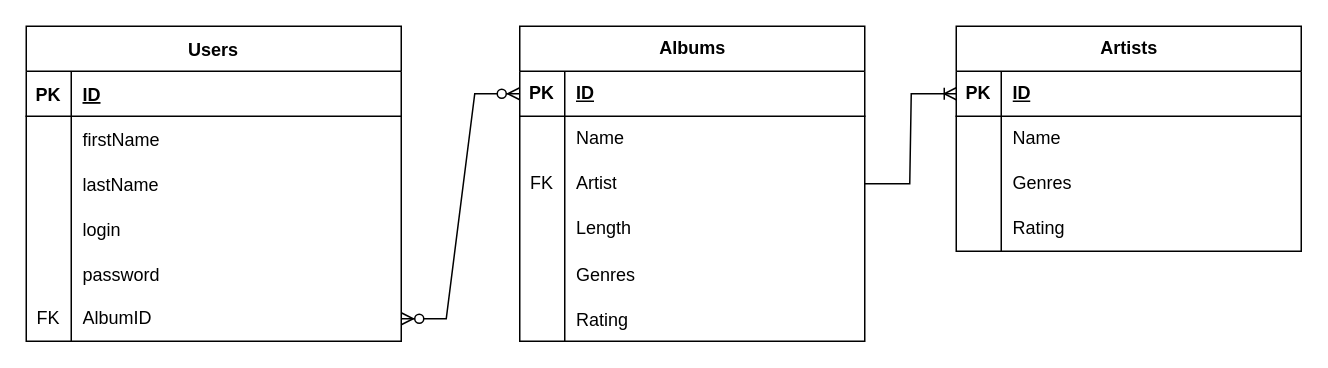
kilkennylj/Turntable keeps this draw.io diagram as TurntableERD.drawio. Above is the earlier version. Source tidied: cells renumbered, new cells numbered last; positions are measured from the earlier drawing's top-left corner, leaving out a move shared by most shapes. Both pictures are drawn from the tidied source at 150%, with x=0, y=0 at pixel (26, 26).
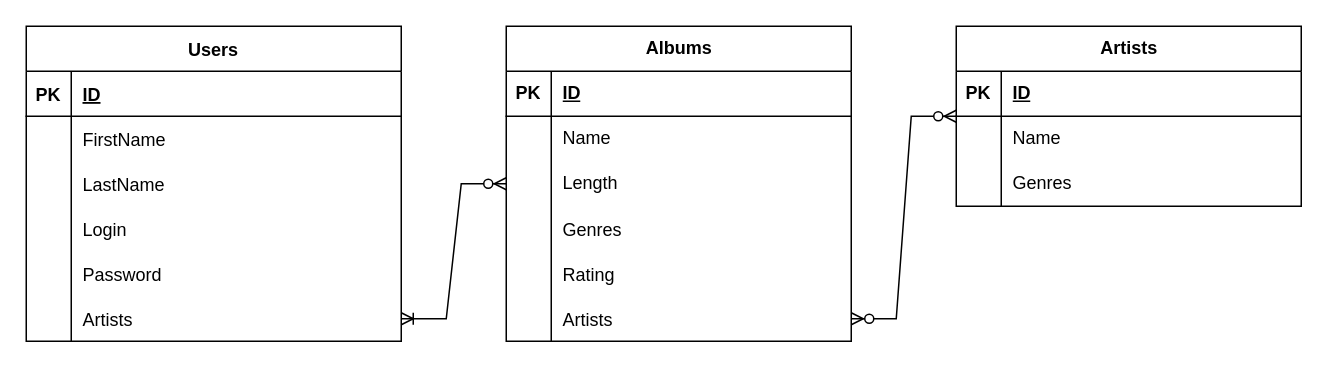
Above is the later version.

Commit message:
Simple ERD Completed, with Mongo weirdness

Unchanged cells that the change refers to:
```xml
<mxCell id="6" style="shape=partialRectangle;fillColor=none;top=0;left=0;right=0;bottom=0;" parent="2" vertex="1">
  <mxGeometry y="60" width="250" height="30" as="geometry" />
</mxCell>
<mxCell id="9" style="shape=tableRow;horizontal=0;startSize=0;swimlaneHead=0;swimlaneBody=0;fillColor=none;top=0;left=0;right=0;bottom=0;" parent="2" vertex="1">
  <mxGeometry y="90" width="250" height="30" as="geometry" />
</mxCell>
<mxCell id="12" style="shape=tableRow;horizontal=0;startSize=0;swimlaneHead=0;swimlaneBody=0;fillColor=none;top=0;left=0;right=0;bottom=0;" parent="2" vertex="1">
  <mxGeometry y="120" width="250" height="30" as="geometry" />
</mxCell>
<mxCell id="15" style="shape=tableRow;horizontal=0;startSize=0;swimlaneHead=0;swimlaneBody=0;fillColor=none;top=0;left=0;right=0;bottom=0;" parent="2" vertex="1">
  <mxGeometry y="150" width="250" height="30" as="geometry" />
</mxCell>
<mxCell id="18" style="shape=tableRow;horizontal=0;startSize=0;swimlaneHead=0;swimlaneBody=0;fillColor=none;points=[[0,0.5],[1,0.5]];portConstraint=eastwest;top=0;left=0;right=0;bottom=0;" parent="2" vertex="1">
  <mxGeometry y="180" width="250" height="30" as="geometry" />
</mxCell>
<mxCell id="22" style="shape=tableRow;horizontal=0;startSize=0;swimlaneHead=0;swimlaneBody=0;fillColor=none;points=[[0,0.5],[1,0.5]];portConstraint=eastwest;top=0;left=0;right=0;bottom=1;" parent="21" vertex="1">
  <mxGeometry y="30" width="230" height="30" as="geometry" />
</mxCell>
<mxCell id="41" style="shape=tableRow;horizontal=0;startSize=0;swimlaneHead=0;swimlaneBody=0;fillColor=none;points=[[0,0.5],[1,0.5]];portConstraint=eastwest;top=0;left=0;right=0;bottom=1;" parent="40" vertex="1">
  <mxGeometry y="30" width="230" height="30" as="geometry" />
</mxCell>
```

What changed in the source:
```diff
@@
-    <mxCell id="8" value="firstName" style="shape=partialRectangle;overflow=hidden;fillColor=none;top=0;left=0;bottom=0;right=0;align=left;spacingLeft=6;" parent="6" vertex="1">
+    <mxCell id="8" value="FirstName" style="shape=partialRectangle;overflow=hidden;fillColor=none;top=0;left=0;bottom=0;right=0;align=left;spacingLeft=6;" parent="6" vertex="1">
       <mxGeometry x="30" width="220" height="30" as="geometry" />
     </mxCell>
@@
-    <mxCell id="11" value="lastName" style="shape=partialRectangle;fillColor=none;top=0;left=0;bottom=0;right=0;align=left;spacingLeft=6;overflow=hidden;" parent="9" vertex="1">
+    <mxCell id="11" value="LastName" style="shape=partialRectangle;fillColor=none;top=0;left=0;bottom=0;right=0;align=left;spacingLeft=6;overflow=hidden;" parent="9" vertex="1">
       <mxGeometry x="30" width="220" height="30" as="geometry" />
     </mxCell>
@@
-    <mxCell id="14" value="login" style="shape=partialRectangle;fillColor=none;top=0;left=0;bottom=0;right=0;align=left;spacingLeft=6;overflow=hidden;" parent="12" vertex="1">
+    <mxCell id="14" value="Login" style="shape=partialRectangle;fillColor=none;top=0;left=0;bottom=0;right=0;align=left;spacingLeft=6;overflow=hidden;" parent="12" vertex="1">
       <mxGeometry x="30" width="220" height="30" as="geometry" />
     </mxCell>
@@
-    <mxCell id="17" value="password" style="shape=partialRectangle;fillColor=none;top=0;left=0;bottom=0;right=0;align=left;spacingLeft=6;overflow=hidden;" parent="15" vertex="1">
+    <mxCell id="17" value="Password" style="shape=partialRectangle;fillColor=none;top=0;left=0;bottom=0;right=0;align=left;spacingLeft=6;overflow=hidden;" parent="15" vertex="1">
       <mxGeometry x="30" width="220" height="30" as="geometry" />
     </mxCell>
@@
-    <mxCell id="19" value="FK" style="shape=partialRectangle;fillColor=none;top=0;left=0;bottom=0;right=0;fontStyle=0;overflow=hidden;whiteSpace=wrap;html=1;" parent="18" vertex="1">
-      <mxGeometry width="30" height="30" as="geometry" />
-    </mxCell>
-    <mxCell id="20" value="AlbumID" style="shape=partialRectangle;fillColor=none;top=0;left=0;bottom=0;right=0;align=left;spacingLeft=6;fontStyle=0;overflow=hidden;whiteSpace=wrap;html=1;" parent="18" vertex="1">
-      <mxGeometry x="30" width="220" height="30" as="geometry" />
-    </mxCell>
+    <mxCell id="55" style="shape=partialRectangle;fillColor=none;top=0;left=0;bottom=0;right=0;overflow=hidden;" parent="18" vertex="1">
+      <mxGeometry width="30" height="30" as="geometry" />
+    </mxCell>
+    <mxCell id="56" value="Artists" style="shape=partialRectangle;fillColor=none;top=0;left=0;bottom=0;right=0;align=left;spacingLeft=6;overflow=hidden;" parent="18" vertex="1">
+      <mxGeometry x="30" width="220" height="30" as="geometry" />
+    </mxCell>
     <mxCell id="21" value="Albums" style="shape=table;startSize=30;childLayout=tableLayout;rowLines=0;fontStyle=1;align=center;html=1;" parent="1" vertex="1">
-      <mxGeometry x="329" width="230" height="210" as="geometry" />
+      <mxGeometry x="320" width="230" height="210" as="geometry" />
     </mxCell>
@@
-    <mxCell id="28" style="shape=tableRow;horizontal=0;startSize=0;swimlaneHead=0;swimlaneBody=0;fillColor=none;points=[[0,0.5],[1,0.5]];portConstraint=eastwest;top=0;left=0;right=0;bottom=0;" parent="21" vertex="1">
-      <mxGeometry y="90" width="230" height="30" as="geometry" />
-    </mxCell>
-    <mxCell id="29" value="FK" style="shape=partialRectangle;fillColor=none;top=0;left=0;bottom=0;right=0;fontStyle=0;overflow=hidden;whiteSpace=wrap;html=1;" parent="28" vertex="1">
-      <mxGeometry width="30" height="30" as="geometry" />
-    </mxCell>
-    <mxCell id="30" value="Artist" style="shape=partialRectangle;fillColor=none;top=0;left=0;bottom=0;right=0;align=left;spacingLeft=6;fontStyle=0;overflow=hidden;whiteSpace=wrap;html=1;" parent="28" vertex="1">
-      <mxGeometry x="30" width="200" height="30" as="geometry" />
-    </mxCell>
     <mxCell id="31" style="shape=tableRow;horizontal=0;startSize=0;swimlaneHead=0;swimlaneBody=0;fillColor=none;top=0;left=0;right=0;bottom=0;" parent="21" vertex="1">
-      <mxGeometry y="120" width="230" height="30" as="geometry" />
+      <mxGeometry y="90" width="230" height="30" as="geometry" />
     </mxCell>
@@
     <mxCell id="34" style="shape=tableRow;horizontal=0;startSize=0;swimlaneHead=0;swimlaneBody=0;fillColor=none;top=0;left=0;right=0;bottom=0;" parent="21" vertex="1">
-      <mxGeometry y="150" width="230" height="30" as="geometry" />
+      <mxGeometry y="120" width="230" height="30" as="geometry" />
     </mxCell>
@@
     <mxCell id="37" style="shape=tableRow;horizontal=0;startSize=0;swimlaneHead=0;swimlaneBody=0;fillColor=none;top=0;left=0;right=0;bottom=0;" parent="21" vertex="1">
-      <mxGeometry y="180" width="230" height="30" as="geometry" />
+      <mxGeometry y="150" width="230" height="30" as="geometry" />
     </mxCell>
@@
+    <mxCell id="57" style="shape=tableRow;horizontal=0;startSize=0;swimlaneHead=0;swimlaneBody=0;fillColor=none;points=[[0,0.5],[1,0.5]];portConstraint=eastwest;top=0;left=0;right=0;bottom=0;" parent="21" vertex="1">
+      <mxGeometry y="180" width="230" height="30" as="geometry" />
+    </mxCell>
+    <mxCell id="58" style="shape=partialRectangle;fillColor=none;top=0;left=0;bottom=0;right=0;overflow=hidden;" parent="57" vertex="1">
+      <mxGeometry width="30" height="30" as="geometry" />
+    </mxCell>
+    <mxCell id="59" value="Artists" style="shape=partialRectangle;fillColor=none;top=0;left=0;bottom=0;right=0;align=left;spacingLeft=6;overflow=hidden;" parent="57" vertex="1">
+      <mxGeometry x="30" width="200" height="30" as="geometry" />
+    </mxCell>
     <mxCell id="40" value="Artists" style="shape=table;startSize=30;childLayout=tableLayout;rowLines=0;fontStyle=1;align=center;html=1;" parent="1" vertex="1">
-      <mxGeometry x="620" width="230" height="150" as="geometry" />
+      <mxGeometry x="620" width="230" height="120" as="geometry" />
     </mxCell>
@@
-    <mxCell id="50" style="shape=tableRow;horizontal=0;startSize=0;swimlaneHead=0;swimlaneBody=0;fillColor=none;top=0;left=0;right=0;bottom=0;" parent="40" vertex="1">
-      <mxGeometry y="120" width="230" height="30" as="geometry" />
-    </mxCell>
-    <mxCell id="51" style="shape=partialRectangle;fillColor=none;top=0;left=0;bottom=0;right=0;overflow=hidden;whiteSpace=wrap;html=1;" parent="50" vertex="1">
-      <mxGeometry width="30" height="30" as="geometry" />
-    </mxCell>
-    <mxCell id="52" value="Rating" style="shape=partialRectangle;fillColor=none;top=0;left=0;bottom=0;right=0;align=left;spacingLeft=6;overflow=hidden;whiteSpace=wrap;html=1;" parent="50" vertex="1">
-      <mxGeometry x="30" width="200" height="30" as="geometry" />
-    </mxCell>
-    <mxCell id="53" style="edgeStyle=entityRelationEdgeStyle;fontSize=12;html=1;endArrow=ERzeroToMany;endFill=1;startArrow=ERzeroToMany;rounded=0;" parent="1" edge="1" source="18" target="22">
-      <mxGeometry relative="1" as="geometry" />
-    </mxCell>
-    <mxCell id="54" style="edgeStyle=entityRelationEdgeStyle;fontSize=12;html=1;endArrow=ERoneToMany;rounded=0;" parent="1" edge="1" source="28" target="41">
-      <mxGeometry relative="1" as="geometry" />
-    </mxCell>
+    <mxCell id="60" style="edgeStyle=entityRelationEdgeStyle;fontSize=12;html=1;endArrow=ERoneToMany;startArrow=ERzeroToMany;rounded=0;" parent="1" edge="1" source="21" target="18">
+      <mxGeometry relative="1" as="geometry" />
+    </mxCell>
+    <mxCell id="61" style="edgeStyle=entityRelationEdgeStyle;fontSize=12;html=1;endArrow=ERzeroToMany;endFill=1;startArrow=ERzeroToMany;rounded=0;" parent="1" edge="1" source="57" target="40">
+      <mxGeometry relative="1" as="geometry" />
+    </mxCell>
```
